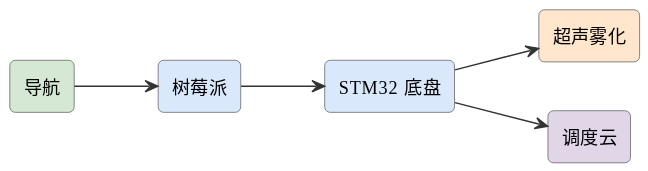
Above: assets/diagrams/ideas-fig103.svg in mingyi0818/IntelligentMcuCourse (PlantUML), before the change. The source it was exported from:
```plantuml
@startuml
skinparam defaultFontName "Microsoft YaHei"
skinparam rectangleRoundCorner 8
skinparam rectangleBorderColor #555
skinparam rectangleFontSize 13
skinparam arrowFontSize 11
skinparam arrowColor #333
left to right direction
rectangle "导航" as nav #d5e8d4
rectangle "树莓派" as pi #dae8fc
rectangle "STM32 底盘" as stm #dae8fc
rectangle "超声雾化" as mist #ffe6cc
rectangle "调度云" as cloud #e1d5e8
nav --> pi
pi --> stm
stm --> mist
stm --> cloud
@enduml
```
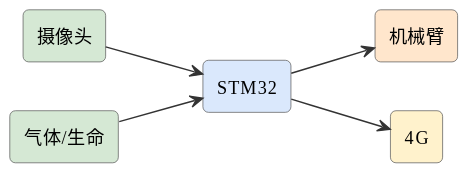
Above is the later version.

Change to the diagram source:
```diff
@@ -6,13 +6,13 @@
 skinparam arrowFontSize 11
 skinparam arrowColor #333
 left to right direction
-rectangle "导航" as nav #d5e8d4
-rectangle "树莓派" as pi #dae8fc
-rectangle "STM32 底盘" as stm #dae8fc
-rectangle "超声雾化" as mist #ffe6cc
-rectangle "调度云" as cloud #e1d5e8
-nav --> pi
-pi --> stm
-stm --> mist
-stm --> cloud
+rectangle "摄像头" as cam #d5e8d4
+rectangle "气体/生命" as gas #d5e8d4
+rectangle "STM32" as stm #dae8fc
+rectangle "机械臂" as arm #ffe6cc
+rectangle "4G" as g #fff2cc
+cam --> stm
+gas --> stm
+stm --> arm
+stm --> g
 @enduml
```
